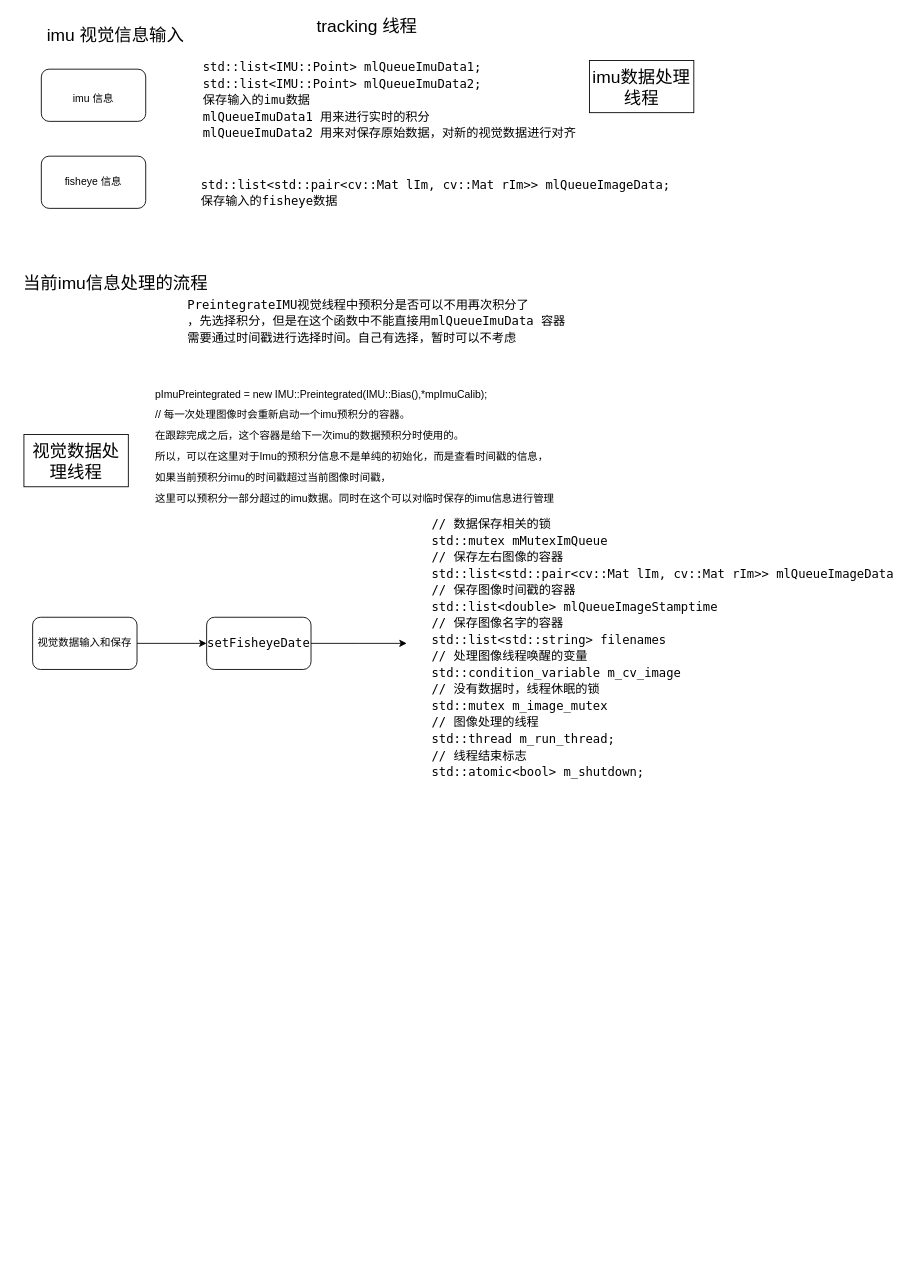
The draw.io diagram imu_fisheye.drawio in Peter1qaz2wsx/flow_chart-, before the edit. Source tidied: cells renumbered, new cells numbered last; positions are measured from the earlier drawing's top-left corner, leaving out a move shared by most shapes. Both pictures are drawn from the tidied source at 87%, with x=0, y=0 at pixel (15, 17).
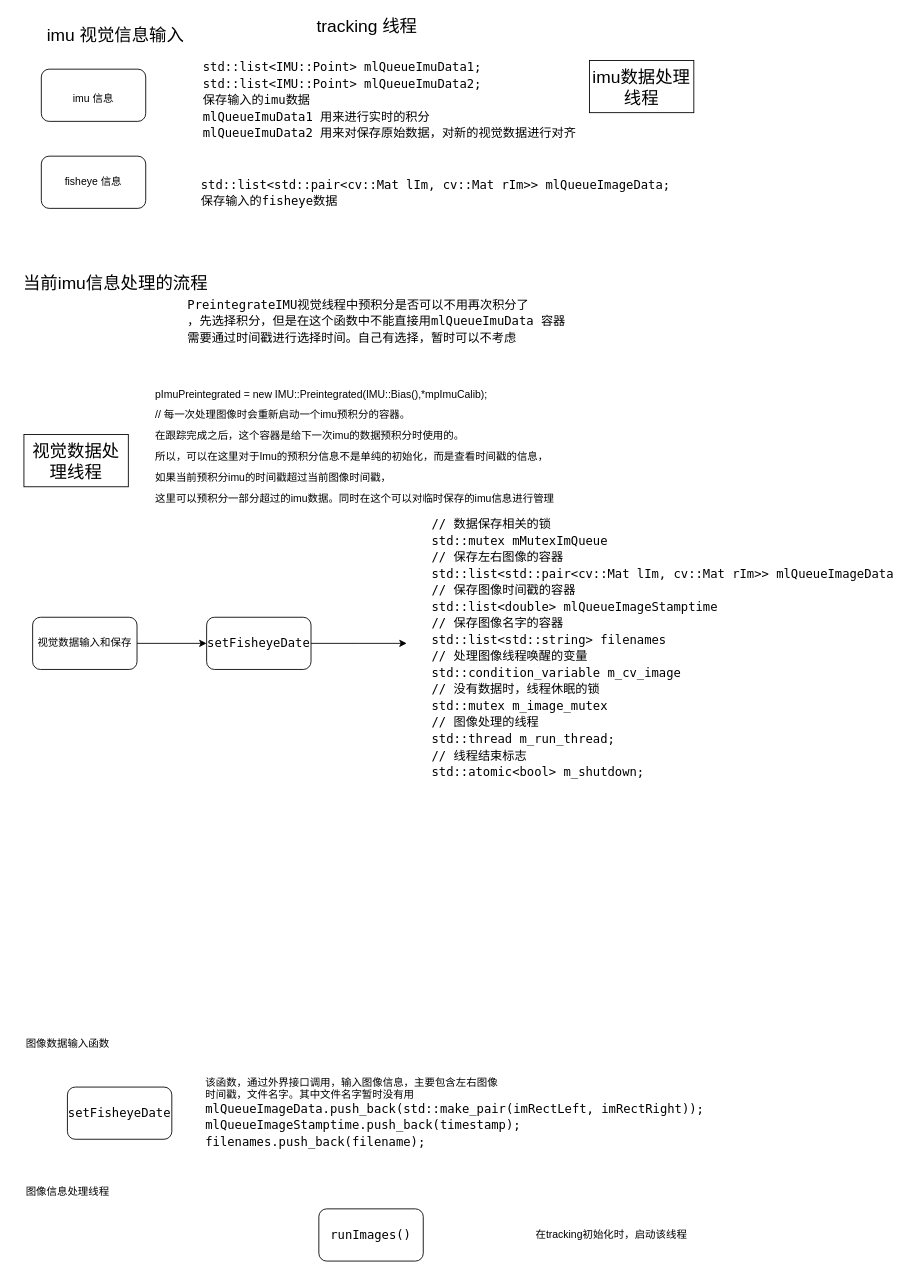
Above is the later version.

What changed in the source:
```diff
@@
+    <mxCell id="18" value="&lt;div style=&quot;font-family: &amp;#34;droid sans mono&amp;#34; , &amp;#34;monospace&amp;#34; , monospace , &amp;#34;droid sans fallback&amp;#34; ; font-size: 14px ; line-height: 19px&quot;&gt;setFisheyeDate&lt;/div&gt;" style="rounded=1;whiteSpace=wrap;html=1;labelBackgroundColor=none;fontColor=#000000;" parent="1" vertex="1">
+      <mxGeometry x="60" y="1230" width="120" height="60" as="geometry" />
+    </mxCell>
+    <mxCell id="19" value="图像数据输入函数" style="text;html=1;align=center;verticalAlign=middle;strokeColor=none;fillColor=none;fontColor=#000000;" parent="1" vertex="1">
+      <mxGeometry x="5" y="1170" width="110" height="20" as="geometry" />
+    </mxCell>
+    <mxCell id="20" value="&lt;div style=&quot;text-align: justify&quot;&gt;&lt;span&gt;该函数，通过外界接口调用，输入图像信息，主要包含左右图像&lt;/span&gt;&lt;/div&gt;&lt;div style=&quot;text-align: justify&quot;&gt;&lt;span&gt;时间戳，文件名字。其中文件名字暂时没有用&lt;/span&gt;&lt;/div&gt;&lt;div style=&quot;text-align: justify&quot;&gt;&lt;div style=&quot;font-family: &amp;#34;droid sans mono&amp;#34; , &amp;#34;monospace&amp;#34; , monospace , &amp;#34;droid sans fallback&amp;#34; ; font-size: 14px ; line-height: 19px&quot;&gt;&lt;div&gt;        mlQueueImageData.push_back(std::make_pair(imRectLeft, imRectRight));&lt;/div&gt;&lt;div&gt;        mlQueueImageStamptime.push_back(timestamp);&lt;/div&gt;&lt;div&gt;        filenames.push_back(filename);&lt;/div&gt;&lt;/div&gt;&lt;/div&gt;" style="text;html=1;align=center;verticalAlign=middle;strokeColor=none;fillColor=none;fontColor=#000000;" parent="1" vertex="1">
+      <mxGeometry x="210" y="1215" width="590" height="90" as="geometry" />
+    </mxCell>
+    <mxCell id="21" value="图像信息处理线程" style="text;html=1;align=center;verticalAlign=middle;strokeColor=none;fillColor=none;fontColor=#000000;" parent="1" vertex="1">
+      <mxGeometry x="5" y="1340" width="110" height="20" as="geometry" />
+    </mxCell>
+    <mxCell id="22" value="&lt;div style=&quot;font-family: &amp;#34;droid sans mono&amp;#34; , &amp;#34;monospace&amp;#34; , monospace , &amp;#34;droid sans fallback&amp;#34; ; font-size: 14px ; line-height: 19px&quot;&gt;runImages()&lt;/div&gt;" style="rounded=1;whiteSpace=wrap;html=1;labelBackgroundColor=none;fontColor=#000000;" parent="1" vertex="1">
+      <mxGeometry x="349" y="1370" width="120" height="60" as="geometry" />
+    </mxCell>
+    <mxCell id="23" value="在tracking初始化时，启动该线程" style="text;html=1;align=center;verticalAlign=middle;strokeColor=none;fillColor=none;fontColor=#000000;" parent="1" vertex="1">
+      <mxGeometry x="590" y="1390" width="190" height="20" as="geometry" />
+    </mxCell>
```
